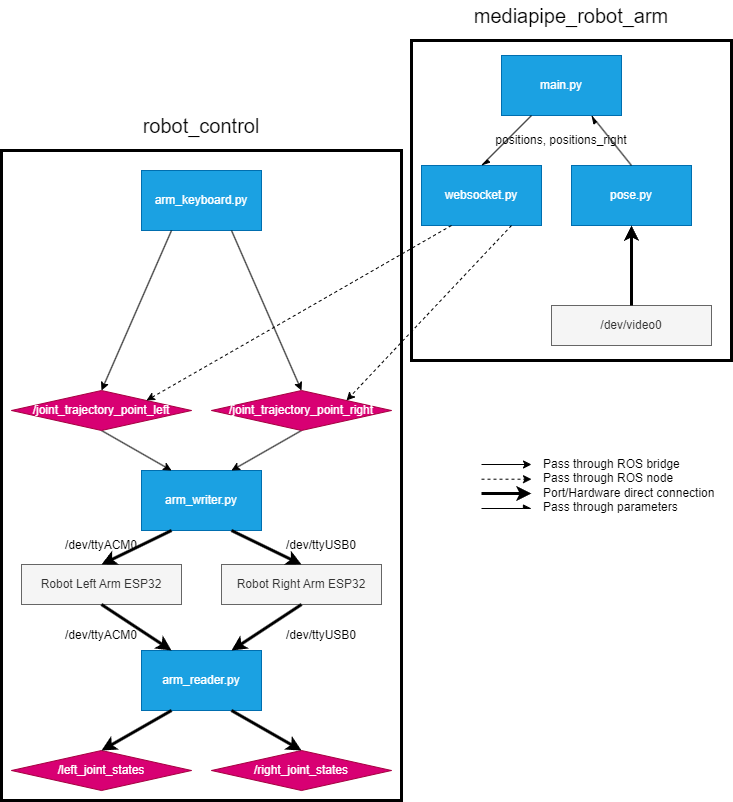
Above: img/robot_arm_architecture.drawio.png in otischung/mediapipe_robot_arm (draw.io), before the change. Source tidied: cells renumbered, new cells last; positions are measured from the earlier drawing's top-left corner, leaving out a move shared by most shapes. The source it was exported from:
```xml
<mxGraphModel>
  <root>
    <mxCell id="0" />
    <mxCell id="1" parent="0" />
    <mxCell id="2" style="rounded=0;whiteSpace=wrap;html=1;fillColor=none;strokeWidth=3;" parent="1" vertex="1">
      <mxGeometry x="410" y="40" width="320" height="320" as="geometry" />
    </mxCell>
    <mxCell id="3" style="rounded=0;whiteSpace=wrap;html=1;fillColor=none;strokeWidth=3;" parent="1" vertex="1">
      <mxGeometry y="150" width="400" height="650" as="geometry" />
    </mxCell>
    <mxCell id="4" value="Robot Left Arm ESP32" style="rounded=0;whiteSpace=wrap;html=1;fillColor=#f5f5f5;fontColor=#333333;strokeColor=#666666;" parent="1" vertex="1">
      <mxGeometry x="20" y="564" width="160" height="40" as="geometry" />
    </mxCell>
    <mxCell id="5" value="Robot Right Arm ESP32" style="rounded=0;whiteSpace=wrap;html=1;fillColor=#f5f5f5;fontColor=#333333;strokeColor=#666666;" parent="1" vertex="1">
      <mxGeometry x="220" y="564" width="160" height="40" as="geometry" />
    </mxCell>
    <mxCell id="6" value="arm_writer.py" style="rounded=0;whiteSpace=wrap;html=1;fillColor=#1ba1e2;fontColor=#ffffff;strokeColor=#006EAF;" parent="1" vertex="1">
      <mxGeometry x="140" y="470" width="120" height="60" as="geometry" />
    </mxCell>
    <mxCell id="7" style="endArrow=classic;html=1;rounded=0;entryX=0.5;entryY=0;entryDx=0;entryDy=0;exitX=0.25;exitY=1;exitDx=0;exitDy=0;endFill=1;strokeWidth=3;" parent="1" edge="1" source="6" target="4">
      <mxGeometry relative="1" as="geometry" />
    </mxCell>
    <mxCell id="8" style="endArrow=classic;html=1;rounded=0;entryX=0.5;entryY=0;entryDx=0;entryDy=0;exitX=0.75;exitY=1;exitDx=0;exitDy=0;endFill=1;strokeWidth=3;" parent="1" edge="1" source="6" target="5">
      <mxGeometry relative="1" as="geometry" />
    </mxCell>
    <mxCell id="9" value="/dev/ttyACM0" style="text;html=1;align=center;verticalAlign=middle;whiteSpace=wrap;rounded=0;" parent="1" vertex="1">
      <mxGeometry x="40" y="530" width="120" height="30" as="geometry" />
    </mxCell>
    <mxCell id="10" value="/dev/ttyUSB0" style="text;html=1;align=center;verticalAlign=middle;whiteSpace=wrap;rounded=0;" parent="1" vertex="1">
      <mxGeometry x="260" y="530" width="120" height="30" as="geometry" />
    </mxCell>
    <mxCell id="11" style="endArrow=classic;html=1;rounded=0;entryX=0.25;entryY=0;entryDx=0;entryDy=0;exitX=0.5;exitY=1;exitDx=0;exitDy=0;" parent="1" edge="1" source="22" target="6">
      <mxGeometry relative="1" as="geometry" />
    </mxCell>
    <mxCell id="12" style="endArrow=classic;html=1;rounded=0;entryX=0.75;entryY=0;entryDx=0;entryDy=0;exitX=0.5;exitY=1;exitDx=0;exitDy=0;" parent="1" edge="1" source="23" target="6">
      <mxGeometry relative="1" as="geometry" />
    </mxCell>
    <mxCell id="13" value="arm_keyboard.py" style="rounded=0;whiteSpace=wrap;html=1;fillColor=#1ba1e2;fontColor=#ffffff;strokeColor=#006EAF;" parent="1" vertex="1">
      <mxGeometry x="140" y="170" width="120" height="60" as="geometry" />
    </mxCell>
    <mxCell id="14" style="endArrow=classic;html=1;rounded=0;entryX=0.5;entryY=0;entryDx=0;entryDy=0;exitX=0.25;exitY=1;exitDx=0;exitDy=0;" parent="1" edge="1" source="13">
      <mxGeometry relative="1" as="geometry">
        <mxPoint x="100" y="390" as="targetPoint" />
      </mxGeometry>
    </mxCell>
    <mxCell id="15" style="endArrow=classic;html=1;rounded=0;exitX=0.75;exitY=1;exitDx=0;exitDy=0;entryX=0.5;entryY=0;entryDx=0;entryDy=0;" parent="1" edge="1" source="13" target="23">
      <mxGeometry relative="1" as="geometry" />
    </mxCell>
    <mxCell id="16" value="arm_reader.py" style="rounded=0;whiteSpace=wrap;html=1;fillColor=#1ba1e2;fontColor=#ffffff;strokeColor=#006EAF;" parent="1" vertex="1">
      <mxGeometry x="140" y="650" width="120" height="60" as="geometry" />
    </mxCell>
    <mxCell id="17" style="endArrow=classic;html=1;rounded=0;entryX=0.25;entryY=0;entryDx=0;entryDy=0;exitX=0.5;exitY=1;exitDx=0;exitDy=0;endFill=1;strokeWidth=3;" parent="1" edge="1" source="4" target="16">
      <mxGeometry relative="1" as="geometry" />
    </mxCell>
    <mxCell id="18" style="endArrow=classic;html=1;rounded=0;entryX=0.75;entryY=0;entryDx=0;entryDy=0;exitX=0.5;exitY=1;exitDx=0;exitDy=0;endFill=1;strokeWidth=3;" parent="1" edge="1" source="5" target="16">
      <mxGeometry relative="1" as="geometry" />
    </mxCell>
    <mxCell id="19" value="/dev/ttyACM0" style="text;html=1;align=center;verticalAlign=middle;whiteSpace=wrap;rounded=0;" parent="1" vertex="1">
      <mxGeometry x="40" y="620" width="120" height="30" as="geometry" />
    </mxCell>
    <mxCell id="20" value="/dev/ttyUSB0" style="text;html=1;align=center;verticalAlign=middle;whiteSpace=wrap;rounded=0;" parent="1" vertex="1">
      <mxGeometry x="260" y="620" width="120" height="30" as="geometry" />
    </mxCell>
    <mxCell id="21" style="endArrow=classic;html=1;rounded=0;entryX=0.25;entryY=0;entryDx=0;entryDy=0;exitX=0.5;exitY=1;exitDx=0;exitDy=0;" parent="1" edge="1" target="22">
      <mxGeometry relative="1" as="geometry">
        <mxPoint x="100" y="420" as="sourcePoint" />
      </mxGeometry>
    </mxCell>
    <mxCell id="22" value="/joint_trajectory_point_left" style="rhombus;whiteSpace=wrap;html=1;fillColor=#d80073;fontColor=#ffffff;strokeColor=#A50040;" parent="1" vertex="1">
      <mxGeometry x="10" y="390" width="180" height="40" as="geometry" />
    </mxCell>
    <mxCell id="23" value="/joint_trajectory_point_right" style="rhombus;whiteSpace=wrap;html=1;fillColor=#d80073;fontColor=#ffffff;strokeColor=#A50040;" parent="1" vertex="1">
      <mxGeometry x="210" y="390" width="180" height="40" as="geometry" />
    </mxCell>
    <mxCell id="24" value="/left_joint_states" style="rhombus;whiteSpace=wrap;html=1;fillColor=#d80073;fontColor=#ffffff;strokeColor=#A50040;" parent="1" vertex="1">
      <mxGeometry x="10" y="750" width="180" height="40" as="geometry" />
    </mxCell>
    <mxCell id="25" value="/right_joint_states" style="rhombus;whiteSpace=wrap;html=1;fillColor=#d80073;fontColor=#ffffff;strokeColor=#A50040;" parent="1" vertex="1">
      <mxGeometry x="210" y="750" width="180" height="40" as="geometry" />
    </mxCell>
    <mxCell id="26" style="endArrow=classic;html=1;rounded=0;exitX=0.75;exitY=1;exitDx=0;exitDy=0;entryX=0.5;entryY=0;entryDx=0;entryDy=0;endFill=1;strokeWidth=3;" parent="1" edge="1" source="16" target="25">
      <mxGeometry relative="1" as="geometry" />
    </mxCell>
    <mxCell id="27" style="endArrow=classic;html=1;rounded=0;exitX=0.25;exitY=1;exitDx=0;exitDy=0;entryX=0.5;entryY=0;entryDx=0;entryDy=0;endFill=1;strokeWidth=3;" parent="1" edge="1" source="16" target="24">
      <mxGeometry relative="1" as="geometry" />
    </mxCell>
    <mxCell id="28" value="websocket.py" style="rounded=0;whiteSpace=wrap;html=1;fillColor=#1ba1e2;fontColor=#ffffff;strokeColor=#006EAF;" parent="1" vertex="1">
      <mxGeometry x="420" y="165" width="120" height="60" as="geometry" />
    </mxCell>
    <mxCell id="29" style="endArrow=classic;html=1;rounded=0;entryX=1;entryY=0;entryDx=0;entryDy=0;exitX=0.25;exitY=1;exitDx=0;exitDy=0;dashed=1;" parent="1" edge="1" source="28" target="22">
      <mxGeometry relative="1" as="geometry" />
    </mxCell>
    <mxCell id="30" style="endArrow=classic;html=1;rounded=0;entryX=1;entryY=0;entryDx=0;entryDy=0;exitX=0.75;exitY=1;exitDx=0;exitDy=0;dashed=1;" parent="1" edge="1" source="28" target="23">
      <mxGeometry relative="1" as="geometry" />
    </mxCell>
    <mxCell id="31" value="pose.py" style="rounded=0;whiteSpace=wrap;html=1;fillColor=#1ba1e2;fontColor=#ffffff;strokeColor=#006EAF;" parent="1" vertex="1">
      <mxGeometry x="570" y="165" width="120" height="60" as="geometry" />
    </mxCell>
    <mxCell id="32" value="/dev/video0" style="rounded=0;whiteSpace=wrap;html=1;fillColor=#f5f5f5;fontColor=#333333;strokeColor=#666666;" parent="1" vertex="1">
      <mxGeometry x="550" y="305" width="160" height="40" as="geometry" />
    </mxCell>
    <mxCell id="33" style="endArrow=classic;html=1;rounded=0;entryX=0.5;entryY=1;entryDx=0;entryDy=0;exitX=0.5;exitY=0;exitDx=0;exitDy=0;endFill=1;strokeWidth=3;" parent="1" edge="1" source="32" target="31">
      <mxGeometry relative="1" as="geometry" />
    </mxCell>
    <mxCell id="34" value="main.py" style="rounded=0;whiteSpace=wrap;html=1;fillColor=#1ba1e2;fontColor=#ffffff;strokeColor=#006EAF;" parent="1" vertex="1">
      <mxGeometry x="500" y="55" width="120" height="60" as="geometry" />
    </mxCell>
    <mxCell id="35" style="endArrow=async;html=1;rounded=0;entryX=0.75;entryY=1;entryDx=0;entryDy=0;exitX=0.5;exitY=0;exitDx=0;exitDy=0;endFill=1;" parent="1" edge="1" source="31" target="34">
      <mxGeometry relative="1" as="geometry" />
    </mxCell>
    <mxCell id="36" style="endArrow=async;html=1;rounded=0;entryX=0.5;entryY=0;entryDx=0;entryDy=0;exitX=0.25;exitY=1;exitDx=0;exitDy=0;endFill=1;" parent="1" edge="1" source="34" target="28">
      <mxGeometry relative="1" as="geometry" />
    </mxCell>
    <mxCell id="37" value="positions,&amp;nbsp;positions_right" style="text;html=1;align=center;verticalAlign=middle;whiteSpace=wrap;rounded=0;" parent="1" vertex="1">
      <mxGeometry x="490" y="125" width="140" height="30" as="geometry" />
    </mxCell>
    <mxCell id="38" value="robot_control" style="text;html=1;align=center;verticalAlign=middle;whiteSpace=wrap;rounded=0;fontSize=20;" parent="1" vertex="1">
      <mxGeometry x="135" y="110" width="130" height="30" as="geometry" />
    </mxCell>
    <mxCell id="39" value="mediapipe_robot_arm" style="text;html=1;align=center;verticalAlign=middle;whiteSpace=wrap;rounded=0;fontSize=20;" parent="1" vertex="1">
      <mxGeometry x="470" width="200" height="30" as="geometry" />
    </mxCell>
    <mxCell id="40" value="Pass through ROS bridge&lt;div&gt;&lt;span style=&quot;background-color: initial;&quot;&gt;Pass through ROS node&lt;/span&gt;&lt;/div&gt;&lt;div style=&quot;&quot;&gt;&lt;span style=&quot;background-color: initial;&quot;&gt;Port/Hardware direct connection&lt;/span&gt;&lt;/div&gt;&lt;div style=&quot;&quot;&gt;Pass through parameters&lt;/div&gt;" style="text;html=1;align=left;verticalAlign=middle;whiteSpace=wrap;rounded=0;" parent="1" vertex="1">
      <mxGeometry x="540" y="430" width="180" height="110" as="geometry" />
    </mxCell>
    <mxCell id="41" style="endArrow=classic;html=1;rounded=0;" parent="1" edge="1">
      <mxGeometry relative="1" as="geometry">
        <mxPoint x="480" y="464" as="sourcePoint" />
        <mxPoint x="530" y="464" as="targetPoint" />
      </mxGeometry>
    </mxCell>
    <mxCell id="42" style="endArrow=classic;html=1;rounded=0;dashed=1;" parent="1" edge="1">
      <mxGeometry relative="1" as="geometry">
        <mxPoint x="480" y="478.7" as="sourcePoint" />
        <mxPoint x="530" y="478.7" as="targetPoint" />
      </mxGeometry>
    </mxCell>
    <mxCell id="43" style="endArrow=classic;html=1;rounded=0;strokeWidth=3;" parent="1" edge="1">
      <mxGeometry relative="1" as="geometry">
        <mxPoint x="480" y="493" as="sourcePoint" />
        <mxPoint x="530" y="493" as="targetPoint" />
      </mxGeometry>
    </mxCell>
    <mxCell id="44" style="endArrow=async;html=1;rounded=0;endFill=1;" parent="1" edge="1">
      <mxGeometry relative="1" as="geometry">
        <mxPoint x="480" y="508" as="sourcePoint" />
        <mxPoint x="530" y="508" as="targetPoint" />
      </mxGeometry>
    </mxCell>
  </root>
</mxGraphModel>
```
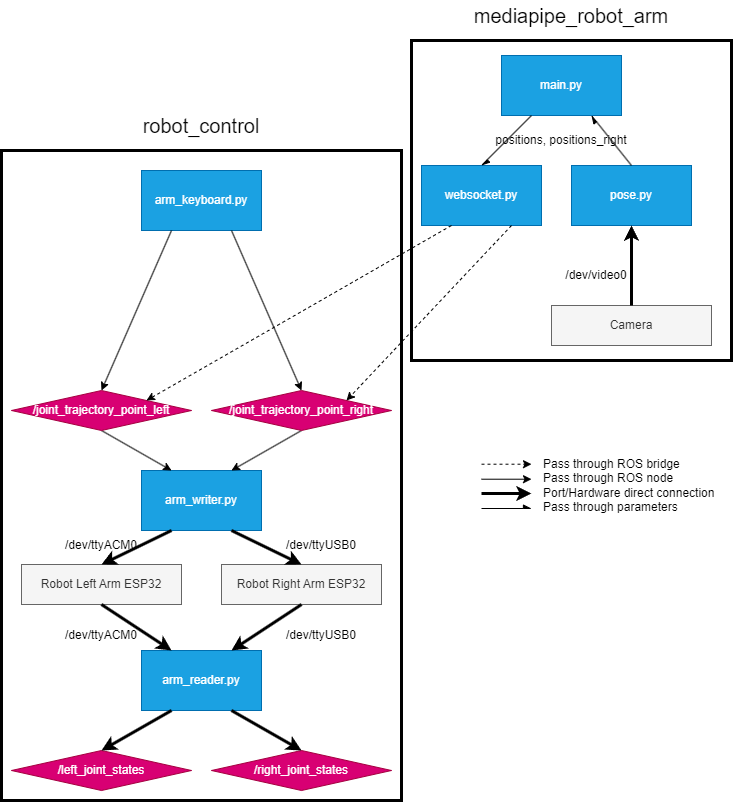
After the commit.

Change to the diagram source:
```diff
@@ -96,7 +96,7 @@
     <mxCell id="31" value="pose.py" style="rounded=0;whiteSpace=wrap;html=1;fillColor=#1ba1e2;fontColor=#ffffff;strokeColor=#006EAF;" parent="1" vertex="1">
       <mxGeometry x="570" y="165" width="120" height="60" as="geometry" />
     </mxCell>
-    <mxCell id="32" value="/dev/video0" style="rounded=0;whiteSpace=wrap;html=1;fillColor=#f5f5f5;fontColor=#333333;strokeColor=#666666;" parent="1" vertex="1">
+    <mxCell id="32" value="Camera" style="rounded=0;whiteSpace=wrap;html=1;fillColor=#f5f5f5;fontColor=#333333;strokeColor=#666666;" parent="1" vertex="1">
       <mxGeometry x="550" y="305" width="160" height="40" as="geometry" />
     </mxCell>
     <mxCell id="33" style="endArrow=classic;html=1;rounded=0;entryX=0.5;entryY=1;entryDx=0;entryDy=0;exitX=0.5;exitY=0;exitDx=0;exitDy=0;endFill=1;strokeWidth=3;" parent="1" edge="1" source="32" target="31">
@@ -125,14 +125,14 @@
     </mxCell>
     <mxCell id="41" style="endArrow=classic;html=1;rounded=0;" parent="1" edge="1">
       <mxGeometry relative="1" as="geometry">
-        <mxPoint x="480" y="464" as="sourcePoint" />
-        <mxPoint x="530" y="464" as="targetPoint" />
+        <mxPoint x="480" y="478.7" as="sourcePoint" />
+        <mxPoint x="530" y="478.7" as="targetPoint" />
       </mxGeometry>
     </mxCell>
     <mxCell id="42" style="endArrow=classic;html=1;rounded=0;dashed=1;" parent="1" edge="1">
       <mxGeometry relative="1" as="geometry">
-        <mxPoint x="480" y="478.7" as="sourcePoint" />
-        <mxPoint x="530" y="478.7" as="targetPoint" />
+        <mxPoint x="480" y="463.7" as="sourcePoint" />
+        <mxPoint x="530" y="463.7" as="targetPoint" />
       </mxGeometry>
     </mxCell>
     <mxCell id="43" style="endArrow=classic;html=1;rounded=0;strokeWidth=3;" parent="1" edge="1">
@@ -147,5 +147,8 @@
         <mxPoint x="530" y="508" as="targetPoint" />
       </mxGeometry>
     </mxCell>
+    <mxCell id="45" value="/dev/video0" style="text;html=1;align=center;verticalAlign=middle;whiteSpace=wrap;rounded=0;" parent="1" vertex="1">
+      <mxGeometry x="560" y="260" width="70" height="30" as="geometry" />
+    </mxCell>
   </root>
 </mxGraphModel>
```
